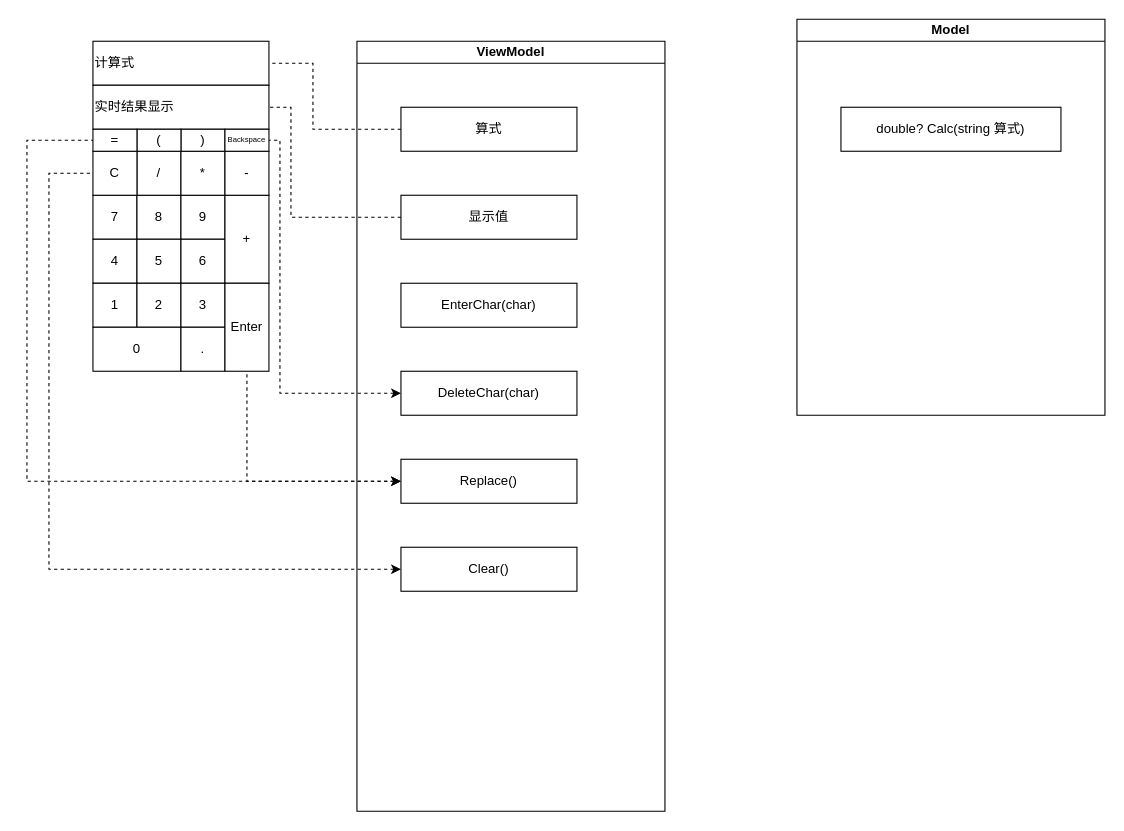
Before: st/st08/ClacLayout.drawio in Kuuhaku31/st.net, a draw.io diagram. Source tidied: cells renumbered, new cells numbered last; positions are measured from the earlier drawing's top-left corner, leaving out a move shared by most shapes. Both pictures are drawn from the tidied source at 110%, with x=0, y=0 at pixel (26, 19).
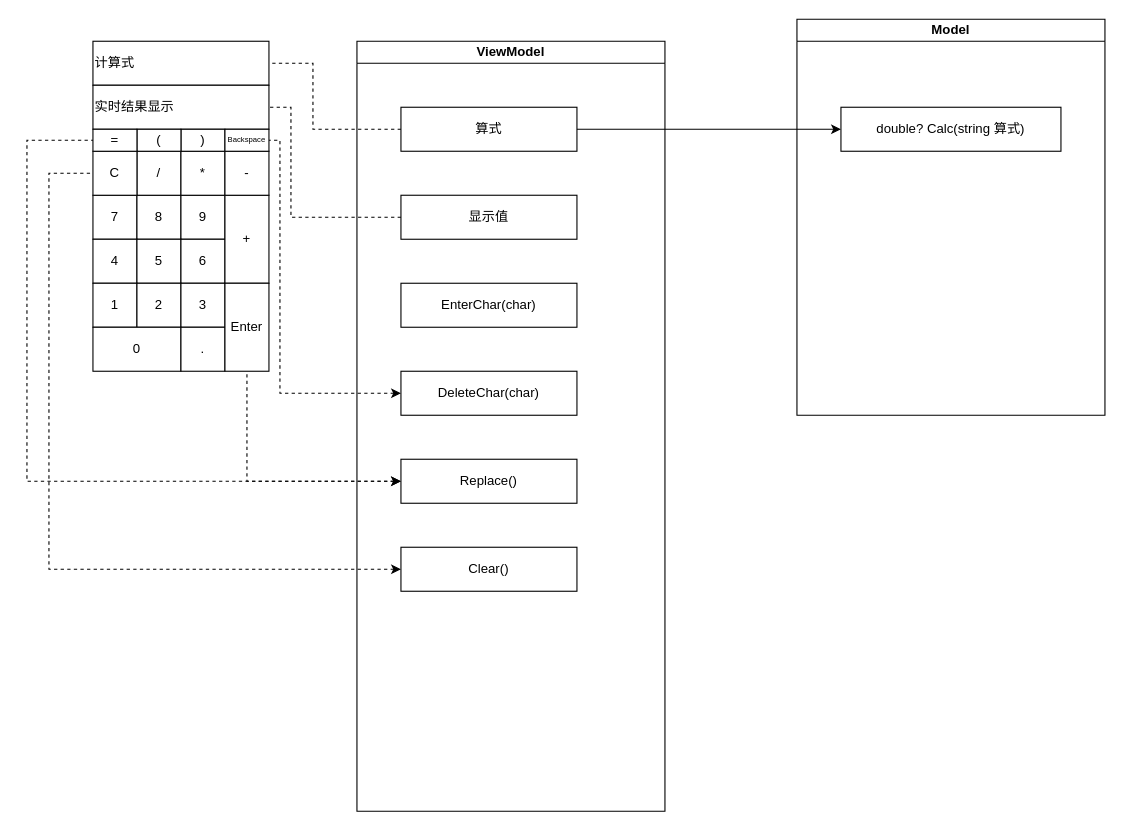
After the change.

Commit message (it also covers changes not shown here):
Update ClacLayout.drawio and readme.md; add new edge and enhance Japanese feature descriptions

Unchanged cells that the change refers to:
```xml
<mxCell id="26" value="double? Calc(string 算式)" style="rounded=0;whiteSpace=wrap;html=1;fontFamily=Sarasa Fixed SC;align=center;" parent="25" vertex="1">
  <mxGeometry x="40" y="80" width="200" height="40" as="geometry" />
</mxCell>
<mxCell id="29" value="算式" style="rounded=0;whiteSpace=wrap;html=1;fontFamily=Sarasa Fixed SC;align=center;" parent="27" vertex="1">
  <mxGeometry x="40" y="60" width="160" height="40" as="geometry" />
</mxCell>
```

Change to the diagram source:
```diff
@@
+    <mxCell id="40" style="edgeStyle=orthogonalEdgeStyle;rounded=0;jettySize=auto;html=1;" parent="1" edge="1" source="29" target="26">
+      <mxGeometry relative="1" as="geometry" />
+    </mxCell>
```
